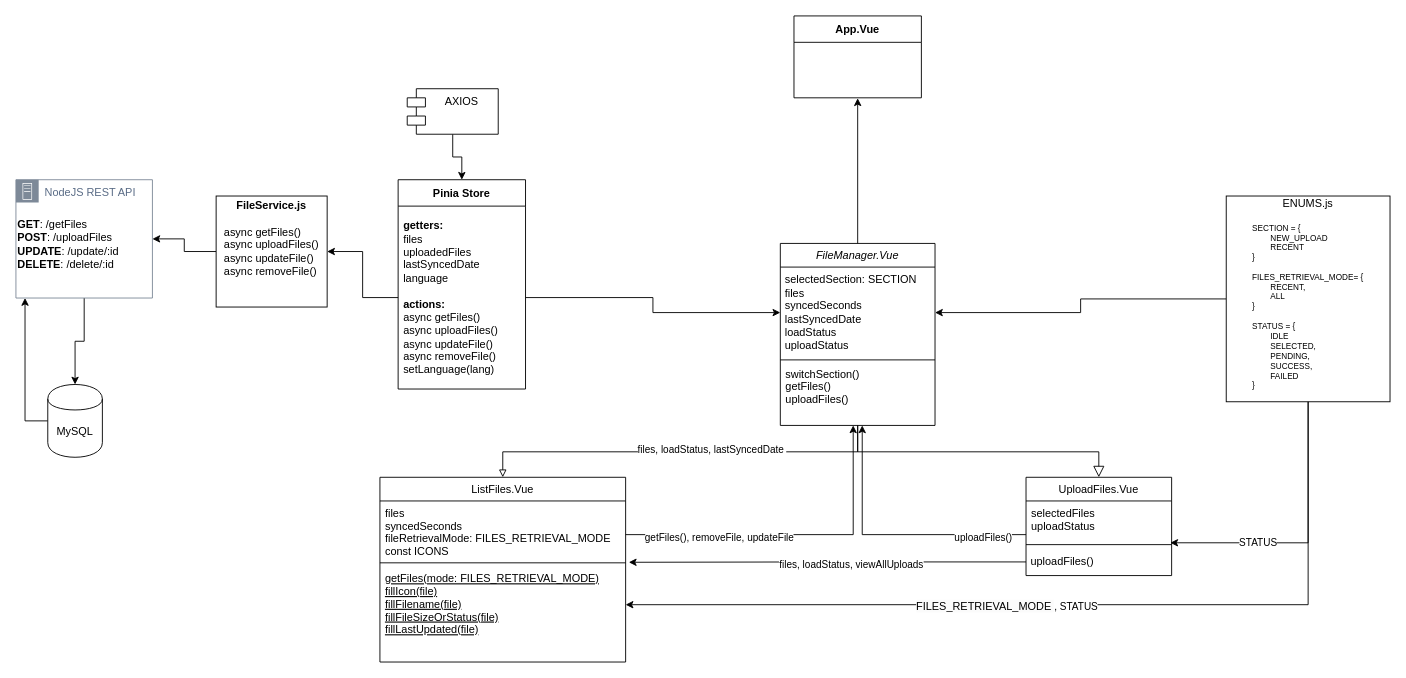
The draw.io diagram Untitled Diagram.drawio in hishamfangs/frontend, before the edit. Source tidied: cells renumbered, new cells numbered last; positions are measured from the earlier drawing's top-left corner, leaving out a move shared by most shapes. Both pictures are drawn from the tidied source at 91%, with x=0, y=0 at pixel (15, 15).
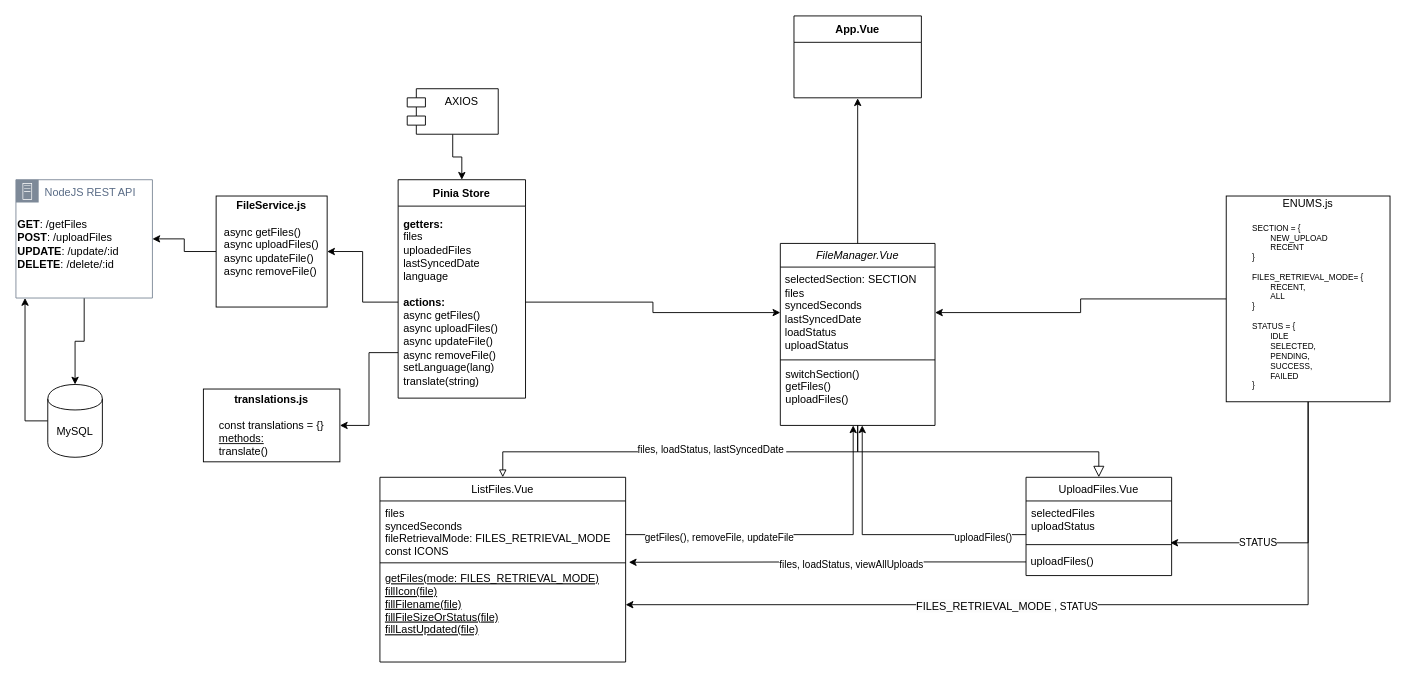
After the change.

Change to the diagram source:
```diff
@@
+    <mxCell id="45" style="edgeStyle=orthogonalEdgeStyle;rounded=0;jettySize=auto;html=1;" parent="1" edge="1" source="22" target="46">
+      <mxGeometry relative="1" as="geometry">
+        <Array as="points">
+          <mxPoint x="388" y="370" />
+          <mxPoint x="388" y="450" />
+        </Array>
+      </mxGeometry>
+    </mxCell>
     <mxCell id="22" value="Pinia Store" style="swimlane;fontStyle=1;align=center;verticalAlign=middle;horizontal=1;startSize=29;html=1;whiteSpace=wrap;" parent="1" vertex="1">
-      <mxGeometry x="420" y="180" width="140" height="230" as="geometry" />
+      <mxGeometry x="420" y="180" width="140" height="240" as="geometry" />
     </mxCell>
-    <mxCell id="23" value="&lt;b&gt;getters:&lt;/b&gt;&lt;br&gt;files&lt;br&gt;uploadedFiles&lt;br&gt;lastSyncedDate&lt;br&gt;language&lt;br&gt;&lt;br&gt;&lt;b&gt;actions:&lt;/b&gt;&lt;br&gt;async getFiles()&lt;br&gt;&lt;span style=&quot;background-color: initial;&quot;&gt;async&amp;nbsp;uploadFiles()&lt;/span&gt;&lt;br&gt;async&amp;nbsp;updateFile()&lt;br&gt;async removeFile()&lt;div&gt;setLanguage(lang)&lt;/div&gt;" style="text;html=1;strokeColor=none;fillColor=none;align=left;verticalAlign=middle;spacingLeft=4;spacingRight=4;overflow=hidden;points=[[0,0.5],[1,0.5]];portConstraint=eastwest;whiteSpace=wrap;" parent="22" vertex="1">
-      <mxGeometry y="29" width="140" height="201" as="geometry" />
+    <mxCell id="23" value="&lt;b&gt;getters:&lt;/b&gt;&lt;br&gt;files&lt;br&gt;uploadedFiles&lt;br&gt;lastSyncedDate&lt;br&gt;language&lt;br&gt;&lt;br&gt;&lt;b&gt;actions:&lt;/b&gt;&lt;br&gt;async getFiles()&lt;br&gt;&lt;span style=&quot;background-color: initial;&quot;&gt;async&amp;nbsp;uploadFiles()&lt;/span&gt;&lt;br&gt;async&amp;nbsp;updateFile()&lt;br&gt;async removeFile()&lt;div&gt;setLanguage(lang)&lt;br&gt;translate(string)&lt;/div&gt;" style="text;html=1;strokeColor=none;fillColor=none;align=left;verticalAlign=middle;spacingLeft=4;spacingRight=4;overflow=hidden;points=[[0,0.5],[1,0.5]];portConstraint=eastwest;whiteSpace=wrap;" parent="22" vertex="1">
+      <mxGeometry y="29" width="140" height="211" as="geometry" />
     </mxCell>
@@
+    <mxCell id="46" value="&lt;b&gt;translations.js&lt;/b&gt;&lt;br&gt;&lt;div style=&quot;text-align: left;&quot;&gt;&lt;b&gt;&lt;br&gt;&lt;/b&gt;&lt;/div&gt;&lt;div&gt;&lt;div style=&quot;text-align: left;&quot;&gt;&lt;span style=&quot;background-color: initial;&quot;&gt;const translations = {}&lt;/span&gt;&lt;/div&gt;&lt;span style=&quot;background-color: initial;&quot;&gt;&lt;div style=&quot;text-align: left;&quot;&gt;&lt;span style=&quot;background-color: initial;&quot;&gt;&lt;u&gt;methods:&lt;/u&gt;&lt;/span&gt;&lt;/div&gt;&lt;div style=&quot;text-align: left;&quot;&gt;&lt;span style=&quot;background-color: initial;&quot;&gt;translate()&lt;/span&gt;&lt;/div&gt;&lt;/span&gt;&lt;/div&gt;" style="rounded=0;whiteSpace=wrap;html=1;" parent="1" vertex="1">
+      <mxGeometry x="206" y="410" width="150" height="80" as="geometry" />
+    </mxCell>
```
